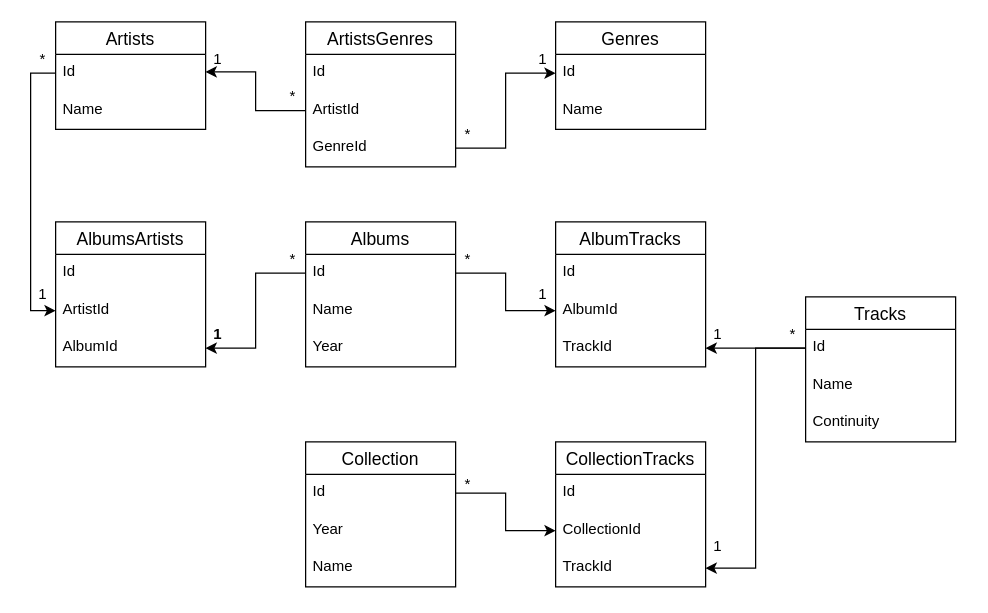
This is Netology_DB_2.drawio from headsoft-mikhail/netology_db_1, a draw.io file, before an edit. Source tidied: cells renumbered, new cells numbered last; positions are measured from the earlier drawing's top-left corner, leaving out a move shared by most shapes. Both pictures are drawn from the tidied source at 125%, with x=0, y=0 at pixel (30, 21).
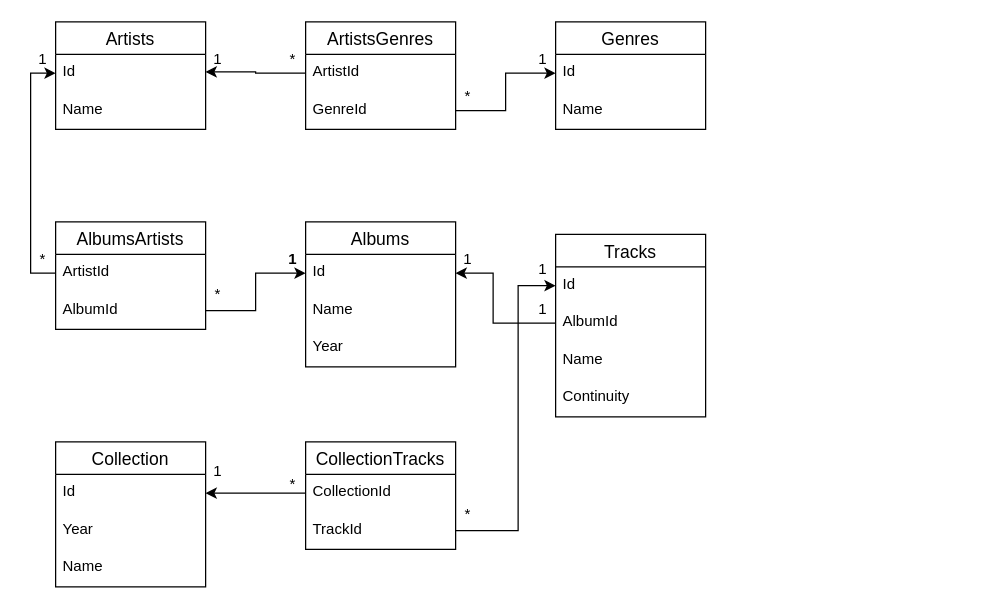
Above is the later version.

Unchanged cells that the change refers to:
```xml
<mxCell id="3" value="Id" style="text;strokeColor=none;fillColor=none;spacingLeft=4;spacingRight=4;overflow=hidden;points=[[0,0.5],[1,0.5]];portConstraint=eastwest;fontSize=12;" parent="2" vertex="1">
  <mxGeometry y="26" width="120" height="30" as="geometry" />
</mxCell>
<mxCell id="8" value="Id" style="text;strokeColor=none;fillColor=none;spacingLeft=4;spacingRight=4;overflow=hidden;points=[[0,0.5],[1,0.5]];portConstraint=eastwest;fontSize=12;" parent="7" vertex="1">
  <mxGeometry y="26" width="120" height="30" as="geometry" />
</mxCell>
<mxCell id="12" value="Id" style="text;strokeColor=none;fillColor=none;spacingLeft=4;spacingRight=4;overflow=hidden;points=[[0,0.5],[1,0.5]];portConstraint=eastwest;fontSize=12;" parent="11" vertex="1">
  <mxGeometry y="26" width="120" height="30" as="geometry" />
</mxCell>
<mxCell id="37" value="Id" style="text;strokeColor=none;fillColor=none;spacingLeft=4;spacingRight=4;overflow=hidden;points=[[0,0.5],[1,0.5]];portConstraint=eastwest;fontSize=12;" parent="36" vertex="1">
  <mxGeometry y="26" width="120" height="30" as="geometry" />
</mxCell>
```

Diff of the diagram source:
```diff
@@
     <mxCell id="2" value="Tracks" style="swimlane;fontStyle=0;horizontal=1;startSize=26;align=center;fontSize=14;" parent="1" vertex="1">
-      <mxGeometry x="620" y="220" width="120" height="116" as="geometry" />
+      <mxGeometry x="420" y="170" width="120" height="146" as="geometry" />
     </mxCell>
@@
+    <mxCell id="32" value="AlbumId" style="text;strokeColor=none;fillColor=none;spacingLeft=4;spacingRight=4;overflow=hidden;points=[[0,0.5],[1,0.5]];portConstraint=eastwest;fontSize=12;" parent="2" vertex="1">
+      <mxGeometry y="56" width="120" height="30" as="geometry" />
+    </mxCell>
     <mxCell id="4" value="Name" style="text;strokeColor=none;fillColor=none;spacingLeft=4;spacingRight=4;overflow=hidden;fontSize=12;" parent="2" vertex="1">
-      <mxGeometry y="56" width="120" height="30" as="geometry" />
+      <mxGeometry y="86" width="120" height="30" as="geometry" />
     </mxCell>
     <mxCell id="5" value="Continuity" style="text;strokeColor=none;fillColor=none;spacingLeft=4;spacingRight=4;overflow=hidden;fontSize=12;" parent="2" vertex="1">
-      <mxGeometry y="86" width="120" height="30" as="geometry" />
+      <mxGeometry y="116" width="120" height="30" as="geometry" />
     </mxCell>
@@
     <mxCell id="14" value="ArtistsGenres" style="swimlane;fontStyle=0;horizontal=1;startSize=26;align=center;fontSize=14;" parent="1" vertex="1">
-      <mxGeometry x="220" width="120" height="116" as="geometry" />
+      <mxGeometry x="220" width="120" height="86" as="geometry" />
     </mxCell>
-    <mxCell id="15" value="Id" style="text;strokeColor=none;fillColor=none;spacingLeft=4;spacingRight=4;overflow=hidden;fontSize=12;" parent="14" vertex="1">
-      <mxGeometry y="26" width="120" height="30" as="geometry" />
-    </mxCell>
     <mxCell id="16" value="ArtistId" style="text;strokeColor=none;fillColor=none;spacingLeft=4;spacingRight=4;overflow=hidden;points=[[0,0.5],[1,0.5]];portConstraint=eastwest;fontSize=12;" parent="14" vertex="1">
-      <mxGeometry y="56" width="120" height="30" as="geometry" />
+      <mxGeometry y="26" width="120" height="30" as="geometry" />
     </mxCell>
     <mxCell id="17" value="GenreId" style="text;strokeColor=none;fillColor=none;spacingLeft=4;spacingRight=4;overflow=hidden;points=[[0,0.5],[1,0.5]];portConstraint=eastwest;fontSize=12;" parent="14" vertex="1">
-      <mxGeometry y="86" width="120" height="30" as="geometry" />
+      <mxGeometry y="56" width="120" height="30" as="geometry" />
     </mxCell>
@@
     <mxCell id="21" value="*" style="text;html=1;strokeColor=none;fillColor=none;align=center;verticalAlign=middle;whiteSpace=wrap;rounded=0;" parent="1" vertex="1">
-      <mxGeometry x="340" y="80" width="20" height="20" as="geometry" />
+      <mxGeometry x="340" y="50" width="20" height="20" as="geometry" />
     </mxCell>
@@
     <mxCell id="24" value="AlbumsArtists" style="swimlane;fontStyle=0;horizontal=1;startSize=26;align=center;fontSize=14;" parent="1" vertex="1">
-      <mxGeometry x="20" y="160" width="120" height="116" as="geometry" />
+      <mxGeometry x="20" y="160" width="120" height="86" as="geometry" />
     </mxCell>
-    <mxCell id="25" value="Id" style="text;strokeColor=none;fillColor=none;spacingLeft=4;spacingRight=4;overflow=hidden;fontSize=12;" parent="24" vertex="1">
-      <mxGeometry y="26" width="120" height="30" as="geometry" />
-    </mxCell>
     <mxCell id="26" value="ArtistId" style="text;strokeColor=none;fillColor=none;spacingLeft=4;spacingRight=4;overflow=hidden;points=[[0,0.5],[1,0.5]];portConstraint=eastwest;fontSize=12;" parent="24" vertex="1">
-      <mxGeometry y="56" width="120" height="30" as="geometry" />
+      <mxGeometry y="26" width="120" height="30" as="geometry" />
     </mxCell>
     <mxCell id="27" value="AlbumId" style="text;strokeColor=none;fillColor=none;spacingLeft=4;spacingRight=4;overflow=hidden;points=[[0,0.5],[1,0.5]];portConstraint=eastwest;fontSize=12;" parent="24" vertex="1">
-      <mxGeometry y="86" width="120" height="30" as="geometry" />
+      <mxGeometry y="56" width="120" height="30" as="geometry" />
     </mxCell>
-    <mxCell id="28" style="edgeStyle=orthogonalEdgeStyle;rounded=0;jettySize=auto;html=1;exitX=0;exitY=0.5;exitDx=0;exitDy=0;entryX=0;entryY=0.5;entryDx=0;entryDy=0;" parent="1" edge="1" source="12" target="26">
-      <mxGeometry relative="1" as="geometry" />
-    </mxCell>
-    <mxCell id="29" style="edgeStyle=orthogonalEdgeStyle;rounded=0;jettySize=auto;html=1;exitX=0;exitY=0.5;exitDx=0;exitDy=0;entryX=1;entryY=0.5;entryDx=0;entryDy=0;" parent="1" edge="1" source="8" target="27">
-      <mxGeometry relative="1" as="geometry" />
-    </mxCell>
-    <mxCell id="30" value="AlbumTracks" style="swimlane;fontStyle=0;horizontal=1;startSize=26;align=center;fontSize=14;" parent="1" vertex="1">
-      <mxGeometry x="420" y="160" width="120" height="116" as="geometry" />
-    </mxCell>
-    <mxCell id="31" value="Id" style="text;strokeColor=none;fillColor=none;spacingLeft=4;spacingRight=4;overflow=hidden;fontSize=12;" parent="30" vertex="1">
-      <mxGeometry y="26" width="120" height="30" as="geometry" />
-    </mxCell>
-    <mxCell id="32" value="AlbumId" style="text;strokeColor=none;fillColor=none;spacingLeft=4;spacingRight=4;overflow=hidden;points=[[0,0.5],[1,0.5]];portConstraint=eastwest;fontSize=12;" parent="30" vertex="1">
-      <mxGeometry y="56" width="120" height="30" as="geometry" />
-    </mxCell>
-    <mxCell id="33" value="TrackId" style="text;strokeColor=none;fillColor=none;spacingLeft=4;spacingRight=4;overflow=hidden;points=[[0,0.5],[1,0.5]];portConstraint=eastwest;fontSize=12;" parent="30" vertex="1">
-      <mxGeometry y="86" width="120" height="30" as="geometry" />
-    </mxCell>
-    <mxCell id="34" style="edgeStyle=orthogonalEdgeStyle;rounded=0;jettySize=auto;html=1;exitX=1;exitY=0.5;exitDx=0;exitDy=0;" parent="1" edge="1" source="8" target="32">
-      <mxGeometry relative="1" as="geometry" />
-    </mxCell>
-    <mxCell id="35" style="edgeStyle=orthogonalEdgeStyle;rounded=0;jettySize=auto;html=1;exitX=0;exitY=0.5;exitDx=0;exitDy=0;" parent="1" edge="1" source="3" target="33">
-      <mxGeometry relative="1" as="geometry" />
-    </mxCell>
     <mxCell id="36" value="Collection" style="swimlane;fontStyle=0;horizontal=1;startSize=26;align=center;fontSize=14;" parent="1" vertex="1">
-      <mxGeometry x="220" y="336" width="120" height="116" as="geometry" />
+      <mxGeometry x="20" y="336" width="120" height="116" as="geometry" />
     </mxCell>
@@
     <mxCell id="40" value="CollectionTracks" style="swimlane;fontStyle=0;horizontal=1;startSize=26;align=center;fontSize=14;" parent="1" vertex="1">
-      <mxGeometry x="420" y="336" width="120" height="116" as="geometry" />
+      <mxGeometry x="220" y="336" width="120" height="86" as="geometry" />
     </mxCell>
-    <mxCell id="41" value="Id" style="text;strokeColor=none;fillColor=none;spacingLeft=4;spacingRight=4;overflow=hidden;fontSize=12;" parent="40" vertex="1">
-      <mxGeometry y="26" width="120" height="30" as="geometry" />
-    </mxCell>
     <mxCell id="42" value="CollectionId" style="text;strokeColor=none;fillColor=none;spacingLeft=4;spacingRight=4;overflow=hidden;points=[[0,0.5],[1,0.5]];portConstraint=eastwest;fontSize=12;" parent="40" vertex="1">
-      <mxGeometry y="56" width="120" height="30" as="geometry" />
+      <mxGeometry y="26" width="120" height="30" as="geometry" />
     </mxCell>
     <mxCell id="43" value="TrackId" style="text;strokeColor=none;fillColor=none;spacingLeft=4;spacingRight=4;overflow=hidden;points=[[0,0.5],[1,0.5]];portConstraint=eastwest;fontSize=12;" parent="40" vertex="1">
-      <mxGeometry y="86" width="120" height="30" as="geometry" />
+      <mxGeometry y="56" width="120" height="30" as="geometry" />
     </mxCell>
-    <mxCell id="44" style="edgeStyle=orthogonalEdgeStyle;rounded=0;jettySize=auto;html=1;exitX=0;exitY=0.5;exitDx=0;exitDy=0;entryX=1;entryY=0.5;entryDx=0;entryDy=0;" parent="1" edge="1" source="3" target="43">
-      <mxGeometry relative="1" as="geometry">
-        <Array as="points">
-          <mxPoint x="580" y="261" />
-          <mxPoint x="580" y="437" />
-        </Array>
-      </mxGeometry>
-    </mxCell>
-    <mxCell id="45" style="edgeStyle=orthogonalEdgeStyle;rounded=0;jettySize=auto;html=1;exitX=1;exitY=0.5;exitDx=0;exitDy=0;entryX=0;entryY=0.5;entryDx=0;entryDy=0;" parent="1" edge="1" source="37" target="42">
-      <mxGeometry relative="1" as="geometry" />
-    </mxCell>
     <mxCell id="46" style="edgeStyle=orthogonalEdgeStyle;rounded=0;jettySize=auto;html=1;exitX=0;exitY=0.5;exitDx=0;exitDy=0;entryX=0;entryY=1;entryDx=0;entryDy=0;" parent="1" edge="1" source="16">
       <mxGeometry relative="1" as="geometry">
         <mxPoint x="140" y="40" as="targetPoint" />
         <Array as="points">
-          <mxPoint x="180" y="71" />
           <mxPoint x="180" y="40" />
         </Array>
       </mxGeometry>
     </mxCell>
@@
     <mxCell id="48" value="1" style="text;html=1;strokeColor=none;fillColor=none;align=center;verticalAlign=middle;whiteSpace=wrap;rounded=0;fontStyle=1;" parent="1" vertex="1">
-      <mxGeometry x="140" y="240" width="20" height="20" as="geometry" />
+      <mxGeometry x="200" y="180" width="20" height="20" as="geometry" />
     </mxCell>
     <mxCell id="49" value="*" style="text;html=1;strokeColor=none;fillColor=none;align=center;verticalAlign=middle;whiteSpace=wrap;rounded=0;" parent="1" vertex="1">
-      <mxGeometry x="200" y="180" width="20" height="20" as="geometry" />
+      <mxGeometry x="140" y="208" width="20" height="20" as="geometry" />
     </mxCell>
     <mxCell id="50" value="*" style="text;html=1;strokeColor=none;fillColor=none;align=center;verticalAlign=middle;whiteSpace=wrap;rounded=0;" parent="1" vertex="1">
-      <mxGeometry x="200" y="50" width="20" height="20" as="geometry" />
+      <mxGeometry x="200" y="20" width="20" height="20" as="geometry" />
     </mxCell>
-    <mxCell id="51" value="*" style="text;html=1;strokeColor=none;fillColor=none;align=center;verticalAlign=middle;whiteSpace=wrap;rounded=0;" parent="1" vertex="1">
+    <mxCell id="51" value="1" style="text;html=1;strokeColor=none;fillColor=none;align=center;verticalAlign=middle;whiteSpace=wrap;rounded=0;" parent="1" vertex="1">
       <mxGeometry x="340" y="180" width="20" height="20" as="geometry" />
     </mxCell>
-    <mxCell id="52" value="1" style="text;html=1;strokeColor=none;fillColor=none;align=center;verticalAlign=middle;whiteSpace=wrap;rounded=0;" parent="1" vertex="1">
-      <mxGeometry x="400" y="208" width="20" height="20" as="geometry" />
-    </mxCell>
     <mxCell id="53" value="1" style="text;html=1;strokeColor=none;fillColor=none;align=center;verticalAlign=middle;whiteSpace=wrap;rounded=0;" parent="1" vertex="1">
-      <mxGeometry y="208" width="20" height="20" as="geometry" />
+      <mxGeometry y="20" width="20" height="20" as="geometry" />
     </mxCell>
     <mxCell id="54" value="*" style="text;html=1;strokeColor=none;fillColor=none;align=center;verticalAlign=middle;whiteSpace=wrap;rounded=0;" parent="1" vertex="1">
-      <mxGeometry y="20" width="20" height="20" as="geometry" />
+      <mxGeometry y="180" width="20" height="20" as="geometry" />
     </mxCell>
     <mxCell id="55" value="1" style="text;html=1;strokeColor=none;fillColor=none;align=center;verticalAlign=middle;whiteSpace=wrap;rounded=0;" parent="1" vertex="1">
-      <mxGeometry x="540" y="410" width="20" height="20" as="geometry" />
+      <mxGeometry x="400" y="188" width="20" height="20" as="geometry" />
     </mxCell>
-    <mxCell id="56" value="1" style="text;html=1;strokeColor=none;fillColor=none;align=center;verticalAlign=middle;whiteSpace=wrap;rounded=0;" parent="1" vertex="1">
-      <mxGeometry x="540" y="240" width="20" height="20" as="geometry" />
-    </mxCell>
+    <mxCell id="58" value="*" style="text;html=1;strokeColor=none;fillColor=none;align=center;verticalAlign=middle;whiteSpace=wrap;rounded=0;" parent="1" vertex="1">
+      <mxGeometry x="200" y="360" width="20" height="20" as="geometry" />
+    </mxCell>
+    <mxCell id="59" style="edgeStyle=orthogonalEdgeStyle;rounded=0;jettySize=auto;html=1;exitX=0;exitY=0.5;exitDx=0;exitDy=0;entryX=1;entryY=0.5;entryDx=0;entryDy=0;" parent="1" edge="1" source="32" target="8">
+      <mxGeometry relative="1" as="geometry">
+        <Array as="points">
+          <mxPoint x="370" y="241" />
+          <mxPoint x="370" y="201" />
+        </Array>
+      </mxGeometry>
+    </mxCell>
+    <mxCell id="28" style="edgeStyle=orthogonalEdgeStyle;rounded=0;jettySize=auto;html=1;exitX=0;exitY=0.5;exitDx=0;exitDy=0;entryX=0;entryY=0.5;entryDx=0;entryDy=0;" parent="1" edge="1" source="26" target="12">
+      <mxGeometry relative="1" as="geometry" />
+    </mxCell>
+    <mxCell id="29" style="edgeStyle=orthogonalEdgeStyle;rounded=0;jettySize=auto;html=1;exitX=1;exitY=0.5;exitDx=0;exitDy=0;entryX=0;entryY=0.5;entryDx=0;entryDy=0;" parent="1" edge="1" source="27" target="8">
+      <mxGeometry relative="1" as="geometry" />
+    </mxCell>
+    <mxCell id="60" value="1" style="text;html=1;strokeColor=none;fillColor=none;align=center;verticalAlign=middle;whiteSpace=wrap;rounded=0;" parent="1" vertex="1">
+      <mxGeometry x="400" y="220" width="20" height="20" as="geometry" />
+    </mxCell>
+    <mxCell id="44" style="edgeStyle=orthogonalEdgeStyle;rounded=0;jettySize=auto;html=1;exitX=1;exitY=0.5;exitDx=0;exitDy=0;entryX=0;entryY=0.5;entryDx=0;entryDy=0;" parent="1" edge="1" source="43" target="3">
+      <mxGeometry relative="1" as="geometry">
+        <Array as="points">
+          <mxPoint x="390" y="407" />
+          <mxPoint x="390" y="211" />
+        </Array>
+      </mxGeometry>
+    </mxCell>
+    <mxCell id="45" style="edgeStyle=orthogonalEdgeStyle;rounded=0;jettySize=auto;html=1;exitX=0;exitY=0.5;exitDx=0;exitDy=0;entryX=1;entryY=0.5;entryDx=0;entryDy=0;" parent="1" edge="1" source="42" target="37">
+      <mxGeometry relative="1" as="geometry" />
+    </mxCell>
+    <mxCell id="61" value="1" style="text;html=1;strokeColor=none;fillColor=none;align=center;verticalAlign=middle;whiteSpace=wrap;rounded=0;" parent="1" vertex="1">
+      <mxGeometry x="140" y="350" width="20" height="20" as="geometry" />
+    </mxCell>
     <mxCell id="57" value="*" style="text;html=1;strokeColor=none;fillColor=none;align=center;verticalAlign=middle;whiteSpace=wrap;rounded=0;" parent="1" vertex="1">
-      <mxGeometry x="600" y="240" width="20" height="20" as="geometry" />
+      <mxGeometry x="340" y="384" width="20" height="20" as="geometry" />
     </mxCell>
-    <mxCell id="58" value="*" style="text;html=1;strokeColor=none;fillColor=none;align=center;verticalAlign=middle;whiteSpace=wrap;rounded=0;" parent="1" vertex="1">
-      <mxGeometry x="340" y="360" width="20" height="20" as="geometry" />
-    </mxCell>
```
